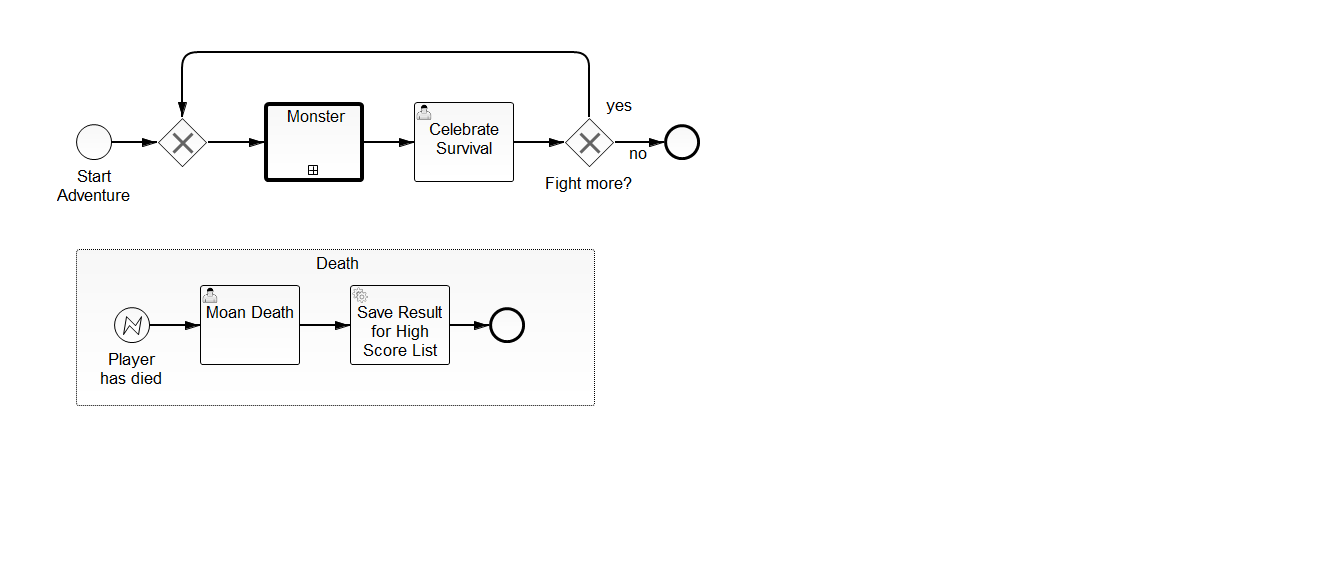
The BPMN diagram src/main/resources/adventure.png in NPDeehan/bpmn-quest, before a commit. Its source is kept beside it as src/main/resources/adventure.bpmn. Ids are renumbered.
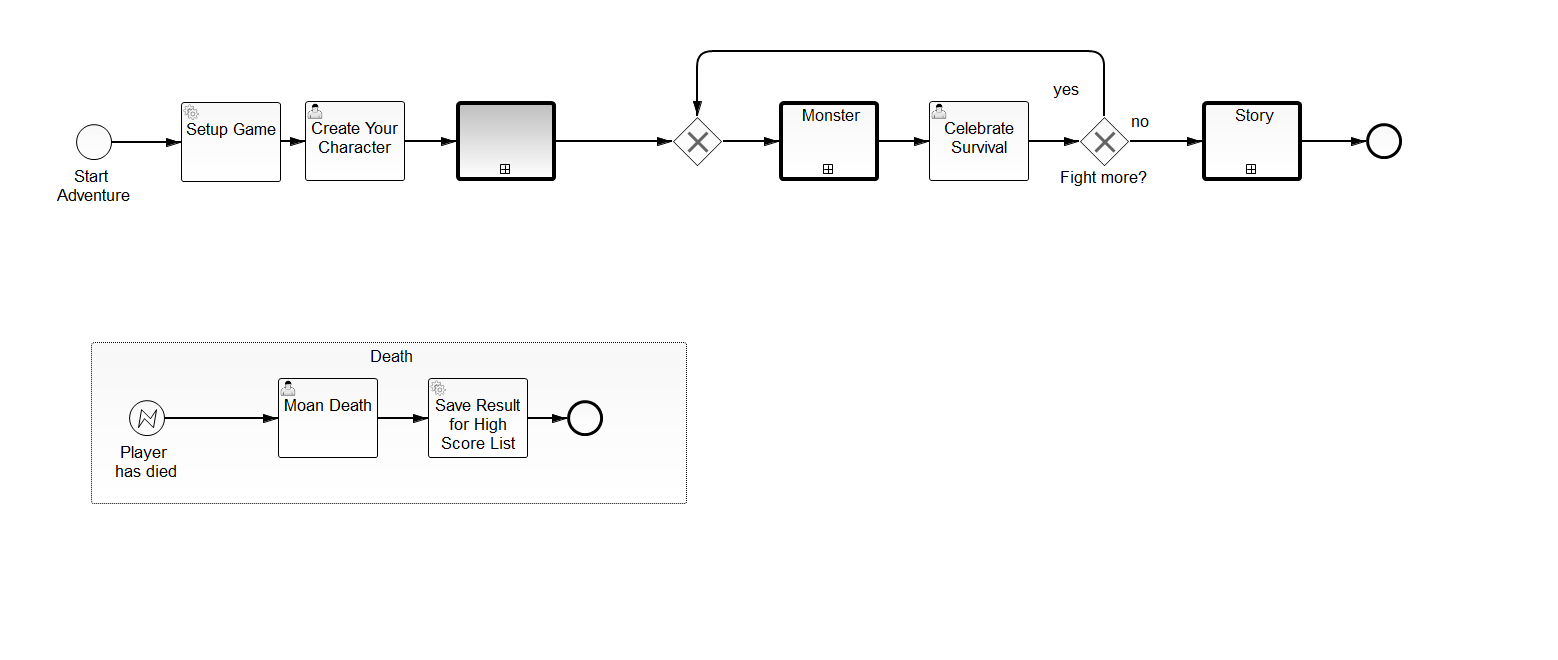
The same file after the commit.

Commit message:
:smile: (riddle): Add Riddle Process

Diff of the diagram source:
```diff
@@ -4,46 +4,6 @@
       <bpmn2:outgoing>SequenceFlow_1</bpmn2:outgoing>
     </bpmn2:startEvent>
     <bpmn2:sequenceFlow id="SequenceFlow_1" name="" sourceRef="StartEvent_1" targetRef="ServiceTask_n1"/>
-    <bpmn2:userTask id="UserTask_1" camunda:assignee="demo" name="Celebrate Survival">
-      <bpmn2:extensionElements>
-        <camunda:formData>
-          <camunda:formField id="fightMore" label="Wanna fight more?" type="boolean" defaultValue="true"/>
-        </camunda:formData>
-      </bpmn2:extensionElements>
-      <bpmn2:incoming>SequenceFlow_3</bpmn2:incoming>
-      <bpmn2:outgoing>SequenceFlow_6</bpmn2:outgoing>
-    </bpmn2:userTask>
-    <bpmn2:callActivity id="CallActivity_1" name="Monster" calledElement="fight">
-      <bpmn2:extensionElements>
-        <camunda:in variables="all"/>
-        <camunda:out variables="all"/>
-        <camunda:in businessKey="#{execution.processBusinessKey}"/>
-      </bpmn2:extensionElements>
-      <bpmn2:incoming>SequenceFlow_5</bpmn2:incoming>
-      <bpmn2:outgoing>SequenceFlow_3</bpmn2:outgoing>
-    </bpmn2:callActivity>
-    <bpmn2:sequenceFlow id="SequenceFlow_3" name="" sourceRef="CallActivity_1" targetRef="UserTask_1"/>
-    <bpmn2:exclusiveGateway id="ExclusiveGateway_2">
-      <bpmn2:incoming>SequenceFlow_8</bpmn2:incoming>
-      <bpmn2:incoming>SequenceFlow_n2</bpmn2:incoming>
-      <bpmn2:outgoing>SequenceFlow_5</bpmn2:outgoing>
-    </bpmn2:exclusiveGateway>
-    <bpmn2:sequenceFlow id="SequenceFlow_5" name="" sourceRef="ExclusiveGateway_2" targetRef="CallActivity_1"/>
-    <bpmn2:exclusiveGateway id="ExclusiveGateway_3" name="Fight more?">
-      <bpmn2:incoming>SequenceFlow_6</bpmn2:incoming>
-      <bpmn2:outgoing>SequenceFlow_7</bpmn2:outgoing>
-      <bpmn2:outgoing>SequenceFlow_8</bpmn2:outgoing>
-    </bpmn2:exclusiveGateway>
-    <bpmn2:sequenceFlow id="SequenceFlow_6" name="" sourceRef="UserTask_1" targetRef="ExclusiveGateway_3"/>
-    <bpmn2:endEvent id="EndEvent_1">
-      <bpmn2:incoming>SequenceFlow_n3</bpmn2:incoming>
-    </bpmn2:endEvent>
-    <bpmn2:sequenceFlow id="SequenceFlow_7" name="no" sourceRef="ExclusiveGateway_3" targetRef="CallActivity_n4">
-      <bpmn2:conditionExpression xsi:type="bpmn2:tFormalExpression">#{!fightMore}</bpmn2:conditionExpression>
-    </bpmn2:sequenceFlow>
-    <bpmn2:sequenceFlow id="SequenceFlow_8" name="yes" sourceRef="ExclusiveGateway_3" targetRef="ExclusiveGateway_2">
-      <bpmn2:conditionExpression xsi:type="bpmn2:tFormalExpression">#{fightMore}</bpmn2:conditionExpression>
-    </bpmn2:sequenceFlow>
     <bpmn2:subProcess id="SubProcess_1" name="Death" triggeredByEvent="true">
       <bpmn2:startEvent id="StartEvent_2" name="Player &#xA;has died">
         <bpmn2:outgoing>SequenceFlow_10</bpmn2:outgoing>
@@ -69,12 +29,35 @@
       <bpmn2:incoming>SequenceFlow_1</bpmn2:incoming>
       <bpmn2:outgoing>SequenceFlow_n5</bpmn2:outgoing>
     </bpmn2:serviceTask>
-    <bpmn2:sequenceFlow id="SequenceFlow_n2" sourceRef="UserTask_n6" targetRef="ExclusiveGateway_2"/>
-    <bpmn2:userTask id="UserTask_n6" name="Create Your Character">
-      <bpmn2:incoming>SequenceFlow_n5</bpmn2:incoming>
-      <bpmn2:outgoing>SequenceFlow_n2</bpmn2:outgoing>
+    <bpmn2:userTask id="UserTask_1" camunda:assignee="demo" name="Celebrate Survival">
+      <bpmn2:extensionElements>
+        <camunda:formData>
+          <camunda:formField id="fightMore" label="Wanna fight more?" type="boolean" defaultValue="true"/>
+        </camunda:formData>
+      </bpmn2:extensionElements>
+      <bpmn2:incoming>SequenceFlow_3</bpmn2:incoming>
+      <bpmn2:outgoing>SequenceFlow_6</bpmn2:outgoing>
     </bpmn2:userTask>
-    <bpmn2:sequenceFlow id="SequenceFlow_n3" sourceRef="CallActivity_n4" targetRef="EndEvent_1"/>
+    <bpmn2:sequenceFlow id="SequenceFlow_6" name="" sourceRef="UserTask_1" targetRef="ExclusiveGateway_3"/>
+    <bpmn2:exclusiveGateway id="ExclusiveGateway_2">
+      <bpmn2:incoming>SequenceFlow_8</bpmn2:incoming>
+      <bpmn2:incoming>SequenceFlow_2</bpmn2:incoming>
+      <bpmn2:outgoing>SequenceFlow_5</bpmn2:outgoing>
+    </bpmn2:exclusiveGateway>
+    <bpmn2:sequenceFlow id="SequenceFlow_5" name="" sourceRef="ExclusiveGateway_2" targetRef="CallActivity_1"/>
+    <bpmn2:endEvent id="EndEvent_1">
+      <bpmn2:incoming>SequenceFlow_n3</bpmn2:incoming>
+    </bpmn2:endEvent>
+    <bpmn2:callActivity id="CallActivity_1" name="Monster" calledElement="fight">
+      <bpmn2:extensionElements>
+        <camunda:in variables="all"/>
+        <camunda:out variables="all"/>
+        <camunda:in businessKey="#{execution.processBusinessKey}"/>
+      </bpmn2:extensionElements>
+      <bpmn2:incoming>SequenceFlow_5</bpmn2:incoming>
+      <bpmn2:outgoing>SequenceFlow_3</bpmn2:outgoing>
+    </bpmn2:callActivity>
+    <bpmn2:sequenceFlow id="SequenceFlow_3" name="" sourceRef="CallActivity_1" targetRef="UserTask_1"/>
     <bpmn2:callActivity id="CallActivity_n4" name="Story" calledElement="story-adventure-one">
       <bpmn2:extensionElements>
         <camunda:in businessKey="#{execution.processBusinessKey}"/>
@@ -84,6 +67,32 @@
       <bpmn2:incoming>SequenceFlow_7</bpmn2:incoming>
       <bpmn2:outgoing>SequenceFlow_n3</bpmn2:outgoing>
     </bpmn2:callActivity>
+    <bpmn2:sequenceFlow id="SequenceFlow_n3" sourceRef="CallActivity_n4" targetRef="EndEvent_1"/>
+    <bpmn2:exclusiveGateway id="ExclusiveGateway_3" name="Fight more?">
+      <bpmn2:incoming>SequenceFlow_6</bpmn2:incoming>
+      <bpmn2:outgoing>SequenceFlow_7</bpmn2:outgoing>
+      <bpmn2:outgoing>SequenceFlow_8</bpmn2:outgoing>
+    </bpmn2:exclusiveGateway>
+    <bpmn2:sequenceFlow id="SequenceFlow_7" name="no" sourceRef="ExclusiveGateway_3" targetRef="CallActivity_n4">
+      <bpmn2:conditionExpression xsi:type="bpmn2:tFormalExpression">#{!fightMore}</bpmn2:conditionExpression>
+    </bpmn2:sequenceFlow>
+    <bpmn2:sequenceFlow id="SequenceFlow_8" name="yes" sourceRef="ExclusiveGateway_3" targetRef="ExclusiveGateway_2">
+      <bpmn2:conditionExpression xsi:type="bpmn2:tFormalExpression">#{fightMore}</bpmn2:conditionExpression>
+    </bpmn2:sequenceFlow>
+    <bpmn2:userTask id="UserTask_n6" name="Create Your Character">
+      <bpmn2:incoming>SequenceFlow_n5</bpmn2:incoming>
+      <bpmn2:outgoing>SequenceFlow_n2</bpmn2:outgoing>
+    </bpmn2:userTask>
+    <bpmn2:sequenceFlow id="SequenceFlow_n2" sourceRef="UserTask_n6" targetRef="CallActivity_2"/>
+    <bpmn2:callActivity id="CallActivity_2" name="Riddle" calledElement="riddle">
+      <bpmn2:extensionElements>
+        <camunda:in variables="all"/>
+        <camunda:out variables="all"/>
+      </bpmn2:extensionElements>
+      <bpmn2:incoming>SequenceFlow_n2</bpmn2:incoming>
+      <bpmn2:outgoing>SequenceFlow_2</bpmn2:outgoing>
+    </bpmn2:callActivity>
+    <bpmn2:sequenceFlow id="SequenceFlow_2" name="" sourceRef="CallActivity_2" targetRef="ExclusiveGateway_2"/>
   </bpmn2:process>
   <bpmn2:error id="Error_1" errorCode="playerDied" name="Player died"/>
   <bpmndi:BPMNDiagram id="BPMNDiagram_1">
@@ -92,7 +101,7 @@
         <dc:Bounds height="36.0" width="36.0" x="76.0" y="124.0"/>
       </bpmndi:BPMNShape>
       <bpmndi:BPMNShape id="_BPMNShape_CallActivity_2" bpmnElement="CallActivity_1">
-        <dc:Bounds height="80.0" width="100.0" x="656.0" y="102.0"/>
+        <dc:Bounds height="80.0" width="100.0" x="779.0" y="101.0"/>
       </bpmndi:BPMNShape>
       <bpmndi:BPMNEdge id="BPMNEdge_SequenceFlow_1" bpmnElement="SequenceFlow_1" sourceElement="_BPMNShape_StartEvent_3" targetElement="_BPMNShape_ExclusiveGateway_5">
         <di:waypoint xsi:type="dc:Point" x="112.0" y="142.0"/>
@@ -102,62 +111,62 @@
         </bpmndi:BPMNLabel>
       </bpmndi:BPMNEdge>
       <bpmndi:BPMNShape id="_BPMNShape_UserTask_4" bpmnElement="UserTask_1">
-        <dc:Bounds height="80.0" width="100.0" x="806.0" y="102.0"/>
+        <dc:Bounds height="80.0" width="100.0" x="929.0" y="101.0"/>
       </bpmndi:BPMNShape>
       <bpmndi:BPMNEdge id="BPMNEdge_SequenceFlow_3" bpmnElement="SequenceFlow_3" sourceElement="_BPMNShape_CallActivity_2" targetElement="_BPMNShape_UserTask_4">
-        <di:waypoint xsi:type="dc:Point" x="756.0" y="142.0"/>
-        <di:waypoint xsi:type="dc:Point" x="806.0" y="142.0"/>
+        <di:waypoint xsi:type="dc:Point" x="879.0" y="141.0"/>
+        <di:waypoint xsi:type="dc:Point" x="929.0" y="141.0"/>
         <bpmndi:BPMNLabel>
-          <dc:Bounds height="6.0" width="90.0" x="736.0" y="142.0"/>
+          <dc:Bounds height="6.0" width="6.0" x="901.0" y="141.0"/>
         </bpmndi:BPMNLabel>
       </bpmndi:BPMNEdge>
       <bpmndi:BPMNShape id="_BPMNShape_ExclusiveGateway_5" bpmnElement="ExclusiveGateway_2" isMarkerVisible="true">
-        <dc:Bounds height="50.0" width="50.0" x="549.0" y="117.0"/>
+        <dc:Bounds height="50.0" width="50.0" x="672.0" y="116.0"/>
         <bpmndi:BPMNLabel>
-          <dc:Bounds height="20.0" width="90.0" x="529.0" y="167.0"/>
+          <dc:Bounds height="0.0" width="0.0" x="697.0" y="166.0"/>
         </bpmndi:BPMNLabel>
       </bpmndi:BPMNShape>
       <bpmndi:BPMNEdge id="BPMNEdge_SequenceFlow_5" bpmnElement="SequenceFlow_5" sourceElement="_BPMNShape_ExclusiveGateway_5" targetElement="_BPMNShape_CallActivity_2">
-        <di:waypoint xsi:type="dc:Point" x="599.0" y="142.0"/>
-        <di:waypoint xsi:type="dc:Point" x="656.0" y="142.0"/>
+        <di:waypoint xsi:type="dc:Point" x="722.0" y="141.0"/>
+        <di:waypoint xsi:type="dc:Point" x="779.0" y="141.0"/>
         <bpmndi:BPMNLabel>
-          <dc:Bounds height="20.0" width="90.0" x="583.0" y="132.0"/>
+          <dc:Bounds height="6.0" width="6.0" x="748.0" y="128.0"/>
         </bpmndi:BPMNLabel>
       </bpmndi:BPMNEdge>
       <bpmndi:BPMNShape id="_BPMNShape_ExclusiveGateway_6" bpmnElement="ExclusiveGateway_3" isMarkerVisible="true">
-        <dc:Bounds height="50.0" width="50.0" x="956.0" y="117.0"/>
+        <dc:Bounds height="50.0" width="50.0" x="1079.0" y="116.0"/>
         <bpmndi:BPMNLabel>
-          <dc:Bounds height="20.0" width="90.0" x="936.0" y="167.0"/>
+          <dc:Bounds height="25.0" width="93.0" x="1058.0" y="166.0"/>
         </bpmndi:BPMNLabel>
       </bpmndi:BPMNShape>
       <bpmndi:BPMNEdge id="BPMNEdge_SequenceFlow_6" bpmnElement="SequenceFlow_6" sourceElement="_BPMNShape_UserTask_4" targetElement="_BPMNShape_ExclusiveGateway_6">
-        <di:waypoint xsi:type="dc:Point" x="906.0" y="142.0"/>
-        <di:waypoint xsi:type="dc:Point" x="956.0" y="142.0"/>
+        <di:waypoint xsi:type="dc:Point" x="1029.0" y="141.0"/>
+        <di:waypoint xsi:type="dc:Point" x="1079.0" y="141.0"/>
         <bpmndi:BPMNLabel>
-          <dc:Bounds height="20.0" width="90.0" x="886.0" y="132.0"/>
+          <dc:Bounds height="6.0" width="6.0" x="1051.0" y="106.0"/>
         </bpmndi:BPMNLabel>
       </bpmndi:BPMNEdge>
       <bpmndi:BPMNShape id="_BPMNShape_EndEvent_32" bpmnElement="EndEvent_1">
-        <dc:Bounds height="36.0" width="36.0" x="1243.0" y="124.0"/>
+        <dc:Bounds height="36.0" width="36.0" x="1366.0" y="123.0"/>
         <bpmndi:BPMNLabel>
-          <dc:Bounds height="20.0" width="90.0" x="1216.0" y="160.0"/>
+          <dc:Bounds height="0.0" width="0.0" x="1384.0" y="159.0"/>
         </bpmndi:BPMNLabel>
       </bpmndi:BPMNShape>
       <bpmndi:BPMNEdge id="BPMNEdge_SequenceFlow_7" bpmnElement="SequenceFlow_7" sourceElement="_BPMNShape_ExclusiveGateway_6" targetElement="_BPMNShape_EndEvent_32">
-        <di:waypoint xsi:type="dc:Point" x="1006.0" y="142.0"/>
-        <di:waypoint xsi:type="dc:Point" x="1080.0" y="142.0"/>
+        <di:waypoint xsi:type="dc:Point" x="1129.0" y="141.0"/>
+        <di:waypoint xsi:type="dc:Point" x="1202.0" y="141.0"/>
         <bpmndi:BPMNLabel>
-          <dc:Bounds height="22.0" width="20.0" x="1024.0" y="142.0"/>
+          <dc:Bounds height="25.0" width="24.0" x="1129.0" y="110.0"/>
         </bpmndi:BPMNLabel>
       </bpmndi:BPMNEdge>
       <bpmndi:BPMNEdge id="BPMNEdge_SequenceFlow_8" bpmnElement="SequenceFlow_8" sourceElement="_BPMNShape_ExclusiveGateway_6" targetElement="_BPMNShape_ExclusiveGateway_5">
-        <di:waypoint xsi:type="dc:Point" x="981.0" y="117.0"/>
-        <di:waypoint xsi:type="dc:Point" x="981.0" y="52.0"/>
-        <di:waypoint xsi:type="dc:Point" x="863.0" y="52.0"/>
-        <di:waypoint xsi:type="dc:Point" x="574.0" y="52.0"/>
-        <di:waypoint xsi:type="dc:Point" x="574.0" y="117.0"/>
+        <di:waypoint xsi:type="dc:Point" x="1104.0" y="116.0"/>
+        <di:waypoint xsi:type="dc:Point" x="1104.0" y="51.0"/>
+        <di:waypoint xsi:type="dc:Point" x="986.0" y="51.0"/>
+        <di:waypoint xsi:type="dc:Point" x="697.0" y="51.0"/>
+        <di:waypoint xsi:type="dc:Point" x="697.0" y="116.0"/>
         <bpmndi:BPMNLabel>
-          <dc:Bounds height="25.0" width="90.0" x="967.0" y="94.0"/>
+          <dc:Bounds height="25.0" width="32.0" x="1051.0" y="78.0"/>
         </bpmndi:BPMNLabel>
       </bpmndi:BPMNEdge>
       <bpmndi:BPMNShape id="_BPMNShape_SubProcess_2" bpmnElement="SubProcess_1" isExpanded="true">
@@ -204,34 +213,41 @@
       </bpmndi:BPMNEdge>
       <bpmndi:BPMNEdge id="SequenceFlow_n5_di" bpmnElement="SequenceFlow_n5">
         <di:waypoint xsi:type="dc:Point" x="281.0" y="142.0"/>
-        <di:waypoint xsi:type="dc:Point" x="377.0" y="142.0"/>
+        <di:waypoint xsi:type="dc:Point" x="305.0" y="141.0"/>
         <bpmndi:BPMNLabel>
-          <dc:Bounds height="20.0" width="90.0" x="350.5" y="132.0"/>
+          <dc:Bounds height="0.0" width="0.0" x="293.0" y="142.0"/>
         </bpmndi:BPMNLabel>
       </bpmndi:BPMNEdge>
       <bpmndi:BPMNShape id="ServiceTask_n1_di" bpmnElement="ServiceTask_n1">
         <dc:Bounds height="80.0" width="100.0" x="181.0" y="102.0"/>
       </bpmndi:BPMNShape>
-      <bpmndi:BPMNEdge id="SequenceFlow_n2_di" bpmnElement="SequenceFlow_n2">
-        <di:waypoint xsi:type="dc:Point" x="477.0" y="142.0"/>
-        <di:waypoint xsi:type="dc:Point" x="549.0" y="142.0"/>
+      <bpmndi:BPMNEdge id="SequenceFlow_n2_di" bpmnElement="SequenceFlow_n2" targetElement="_BPMNShape_CallActivity_3">
+        <di:waypoint xsi:type="dc:Point" x="405.0" y="141.0"/>
+        <di:waypoint xsi:type="dc:Point" x="456.0" y="141.0"/>
         <bpmndi:BPMNLabel>
-          <dc:Bounds height="20.0" width="90.0" x="449.0" y="132.0"/>
+          <dc:Bounds height="0.0" width="0.0" x="421.0" y="133.0"/>
         </bpmndi:BPMNLabel>
       </bpmndi:BPMNEdge>
       <bpmndi:BPMNShape id="UserTask_n6_di" bpmnElement="UserTask_n6">
-        <dc:Bounds height="80.0" width="100.0" x="377.0" y="102.0"/>
+        <dc:Bounds height="80.0" width="100.0" x="305.0" y="101.0"/>
       </bpmndi:BPMNShape>
       <bpmndi:BPMNEdge id="SequenceFlow_n3_di" bpmnElement="SequenceFlow_n3">
-        <di:waypoint xsi:type="dc:Point" x="1180.0" y="142.0"/>
-        <di:waypoint xsi:type="dc:Point" x="1243.0" y="142.0"/>
+        <di:waypoint xsi:type="dc:Point" x="1302.0" y="141.0"/>
+        <di:waypoint xsi:type="dc:Point" x="1366.0" y="141.0"/>
         <bpmndi:BPMNLabel>
-          <dc:Bounds height="20.0" width="90.0" x="1166.5" y="132.0"/>
+          <dc:Bounds height="0.0" width="0.0" x="1334.0" y="131.0"/>
         </bpmndi:BPMNLabel>
       </bpmndi:BPMNEdge>
       <bpmndi:BPMNShape id="CallActivity_n4_di" bpmnElement="CallActivity_n4">
-        <dc:Bounds height="80.0" width="100.0" x="1079.667" y="102.0"/>
+        <dc:Bounds height="80.0" width="100.0" x="1202.0" y="101.0"/>
       </bpmndi:BPMNShape>
+      <bpmndi:BPMNShape id="_BPMNShape_CallActivity_3" bpmnElement="CallActivity_2">
+        <dc:Bounds height="80.0" width="100.0" x="456.0" y="101.0"/>
+      </bpmndi:BPMNShape>
+      <bpmndi:BPMNEdge id="BPMNEdge_SequenceFlow_2" bpmnElement="SequenceFlow_2" sourceElement="_BPMNShape_CallActivity_3" targetElement="_BPMNShape_ExclusiveGateway_5">
+        <di:waypoint xsi:type="dc:Point" x="556.0" y="141.0"/>
+        <di:waypoint xsi:type="dc:Point" x="672.0" y="141.0"/>
+      </bpmndi:BPMNEdge>
     </bpmndi:BPMNPlane>
   </bpmndi:BPMNDiagram>
 </bpmn2:definitions>
```
